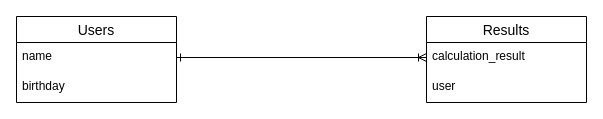
The draw.io diagram ER.dio in ayanosato03/destinynumbers, before the edit. Source tidied: cells renumbered, new cells numbered last; positions are measured from the earlier drawing's top-left corner, leaving out a move shared by most shapes. Both pictures are drawn from the tidied source at 100%, with x=0, y=0 at pixel (16, 16).
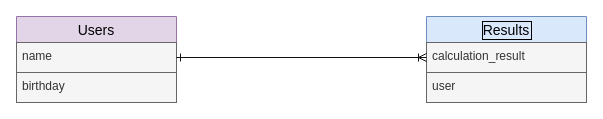
The same page after the edit.

The edit, as a diff of the source:
```diff
@@
-<mxGraphModel>
+<mxGraphModel background="#ffffff">
   <root>
     <mxCell id="0" />
     <mxCell id="1" parent="0" />
-    <mxCell id="2" value="Users" style="swimlane;fontStyle=0;horizontal=1;startSize=26;align=center;fontSize=14;" parent="1" vertex="1">
+    <mxCell id="2" value="Users" style="swimlane;fontStyle=0;horizontal=1;startSize=26;align=center;fontSize=14;fillColor=#e1d5e7;strokeColor=#9673a6;fontColor=#000000;" parent="1" vertex="1">
       <mxGeometry width="160" height="86" as="geometry" />
     </mxCell>
-    <mxCell id="3" value="name" style="text;strokeColor=none;fillColor=none;spacingLeft=4;spacingRight=4;overflow=hidden;points=[[0,0.5],[1,0.5]];portConstraint=eastwest;fontSize=12;" parent="2" vertex="1">
+    <mxCell id="3" value="name" style="text;strokeColor=#666666;fillColor=#f5f5f5;spacingLeft=4;spacingRight=4;overflow=hidden;points=[[0,0.5],[1,0.5]];portConstraint=eastwest;fontSize=12;fontColor=#333333;" parent="2" vertex="1">
       <mxGeometry y="26" width="160" height="30" as="geometry" />
     </mxCell>
-    <mxCell id="4" value="birthday" style="text;strokeColor=none;fillColor=none;spacingLeft=4;spacingRight=4;overflow=hidden;fontSize=12;" parent="2" vertex="1">
+    <mxCell id="4" value="birthday" style="text;strokeColor=#666666;fillColor=#f5f5f5;spacingLeft=4;spacingRight=4;overflow=hidden;fontSize=12;fontColor=#333333;" parent="2" vertex="1">
       <mxGeometry y="56" width="160" height="30" as="geometry" />
     </mxCell>
-    <mxCell id="5" value="Results" style="swimlane;fontStyle=0;horizontal=1;startSize=26;align=center;fontSize=14;" parent="1" vertex="1">
+    <mxCell id="5" value="Results" style="swimlane;fontStyle=0;horizontal=1;startSize=26;align=center;fontSize=14;fillColor=#dae8fc;strokeColor=#6c8ebf;fontColor=#000000;labelBorderColor=default;" parent="1" vertex="1">
       <mxGeometry x="410" width="160" height="86" as="geometry" />
     </mxCell>
-    <mxCell id="6" value="calculation_result" style="text;strokeColor=none;fillColor=none;spacingLeft=4;spacingRight=4;overflow=hidden;points=[[0,0.5],[1,0.5]];portConstraint=eastwest;fontSize=12;" parent="5" vertex="1">
+    <mxCell id="6" value="calculation_result" style="text;strokeColor=#666666;fillColor=#f5f5f5;spacingLeft=4;spacingRight=4;overflow=hidden;points=[[0,0.5],[1,0.5]];portConstraint=eastwest;fontSize=12;fontColor=#333333;" parent="5" vertex="1">
       <mxGeometry y="26" width="160" height="30" as="geometry" />
     </mxCell>
-    <mxCell id="7" value="user" style="text;strokeColor=none;fillColor=none;spacingLeft=4;spacingRight=4;overflow=hidden;fontSize=12;" parent="5" vertex="1">
+    <mxCell id="7" value="user" style="text;strokeColor=#666666;fillColor=#f5f5f5;spacingLeft=4;spacingRight=4;overflow=hidden;fontSize=12;fontColor=#333333;" parent="5" vertex="1">
       <mxGeometry y="56" width="160" height="30" as="geometry" />
     </mxCell>
-    <mxCell id="8" style="edgeStyle=none;html=1;exitX=1;exitY=0.5;exitDx=0;exitDy=0;entryX=0;entryY=0.5;entryDx=0;entryDy=0;startArrow=ERone;startFill=0;endArrow=ERoneToMany;endFill=0;" parent="1" edge="1" source="3" target="6">
+    <mxCell id="8" style="edgeStyle=none;html=1;exitX=1;exitY=0.5;exitDx=0;exitDy=0;entryX=0;entryY=0.5;entryDx=0;entryDy=0;startArrow=ERone;startFill=0;endArrow=ERoneToMany;endFill=0;fontColor=#000000;strokeColor=#121111;" parent="1" edge="1" source="3" target="6">
       <mxGeometry relative="1" as="geometry" />
     </mxCell>
   </root>
 </mxGraphModel>
```
